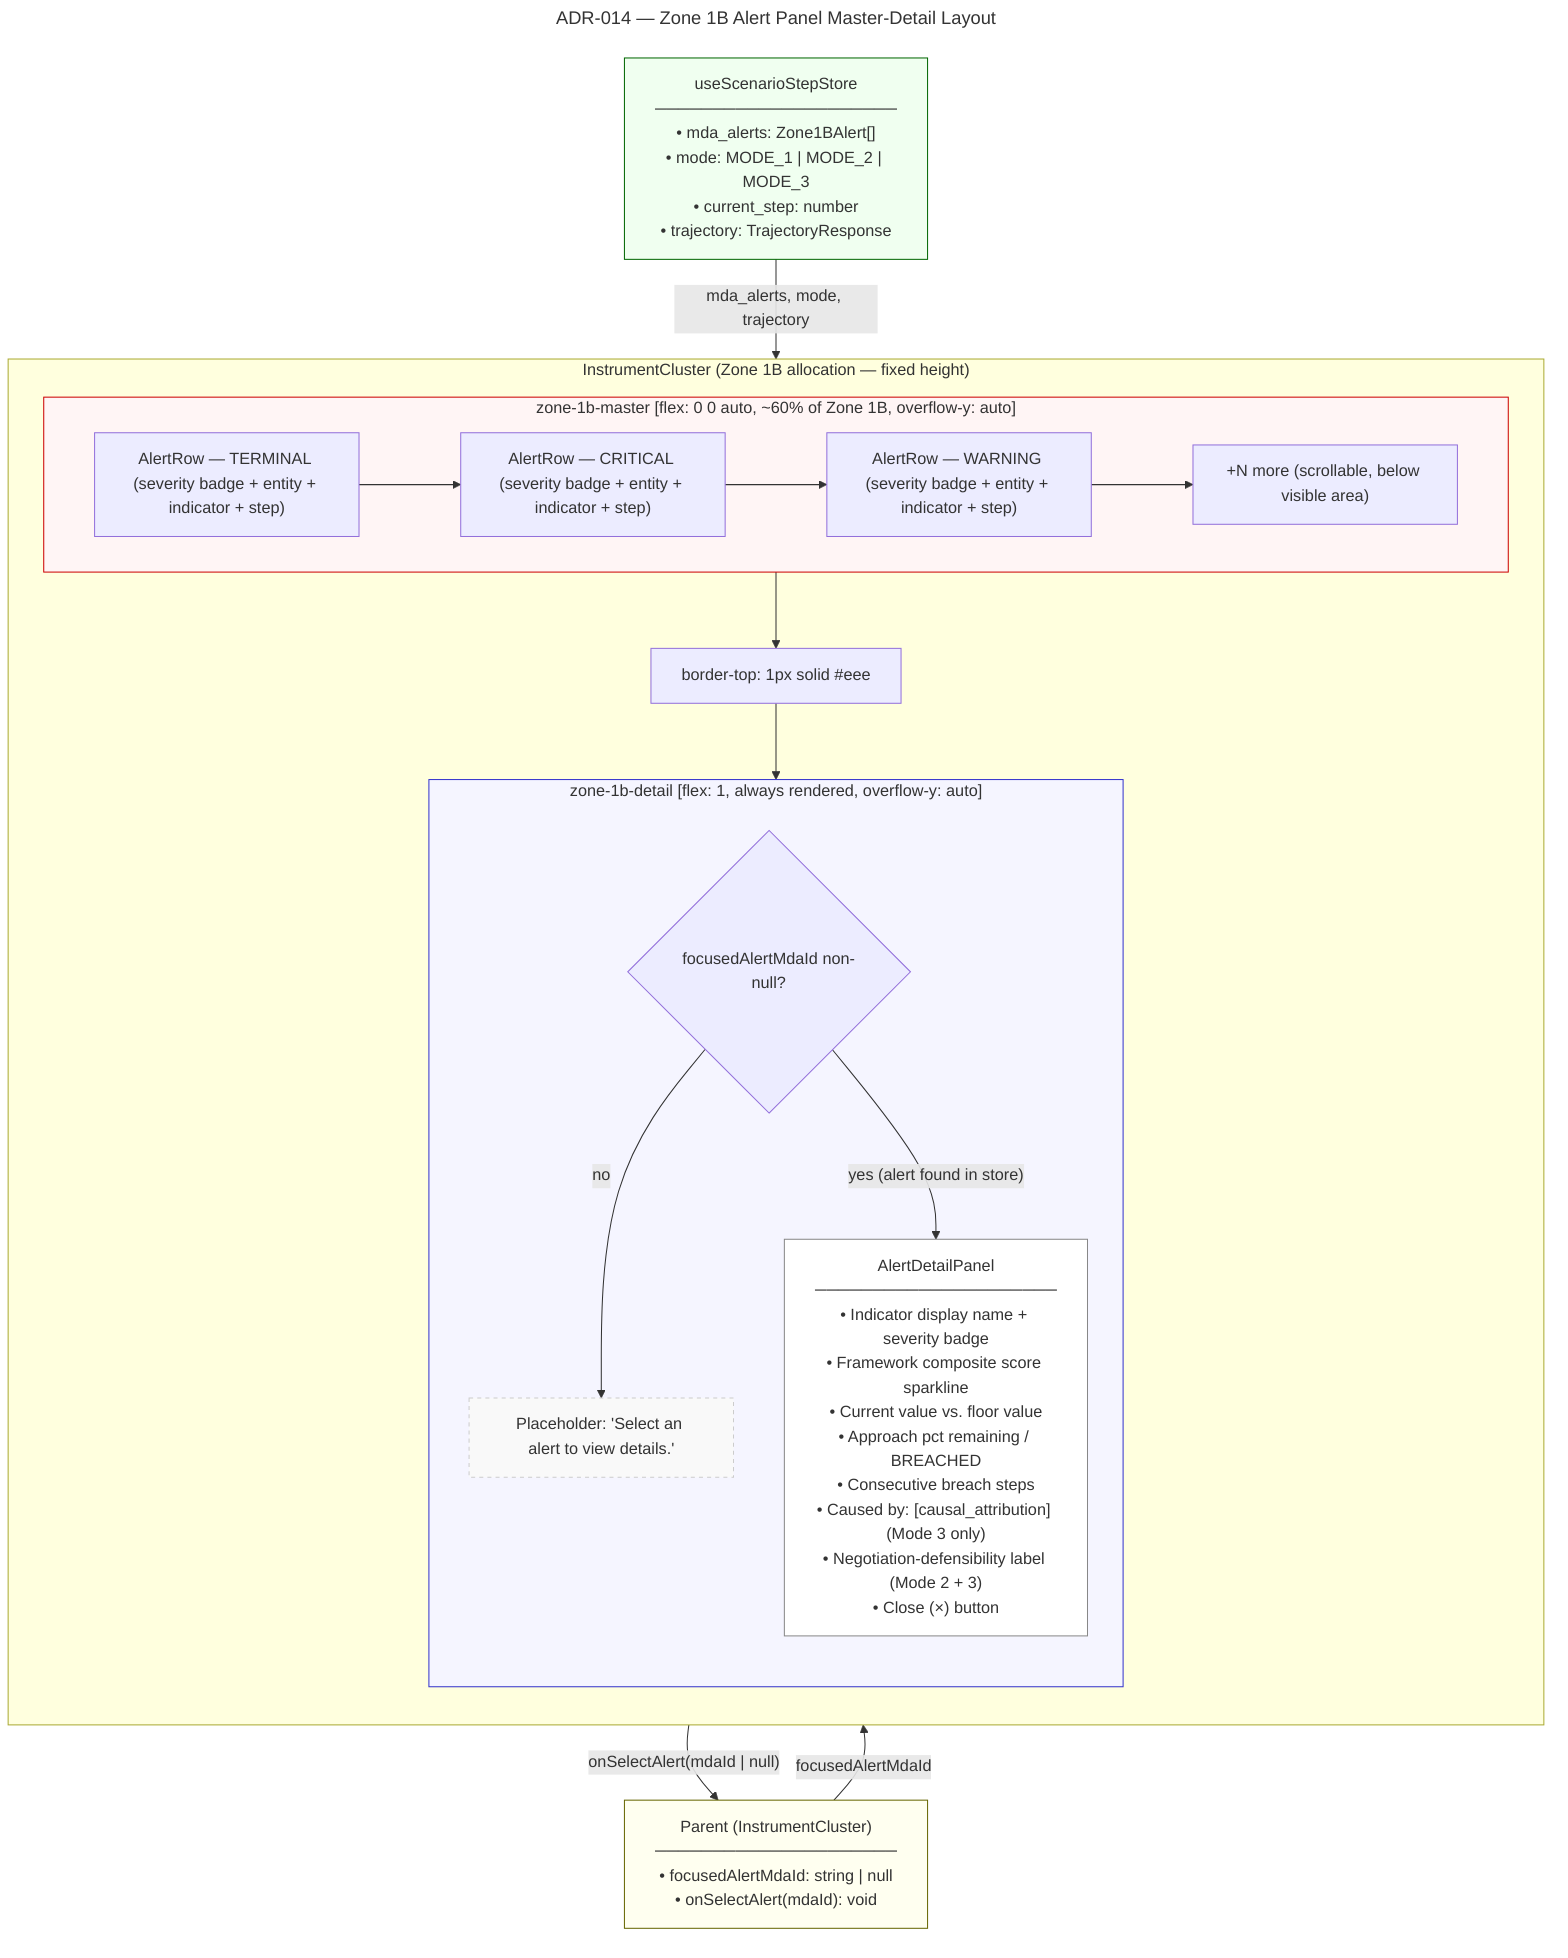
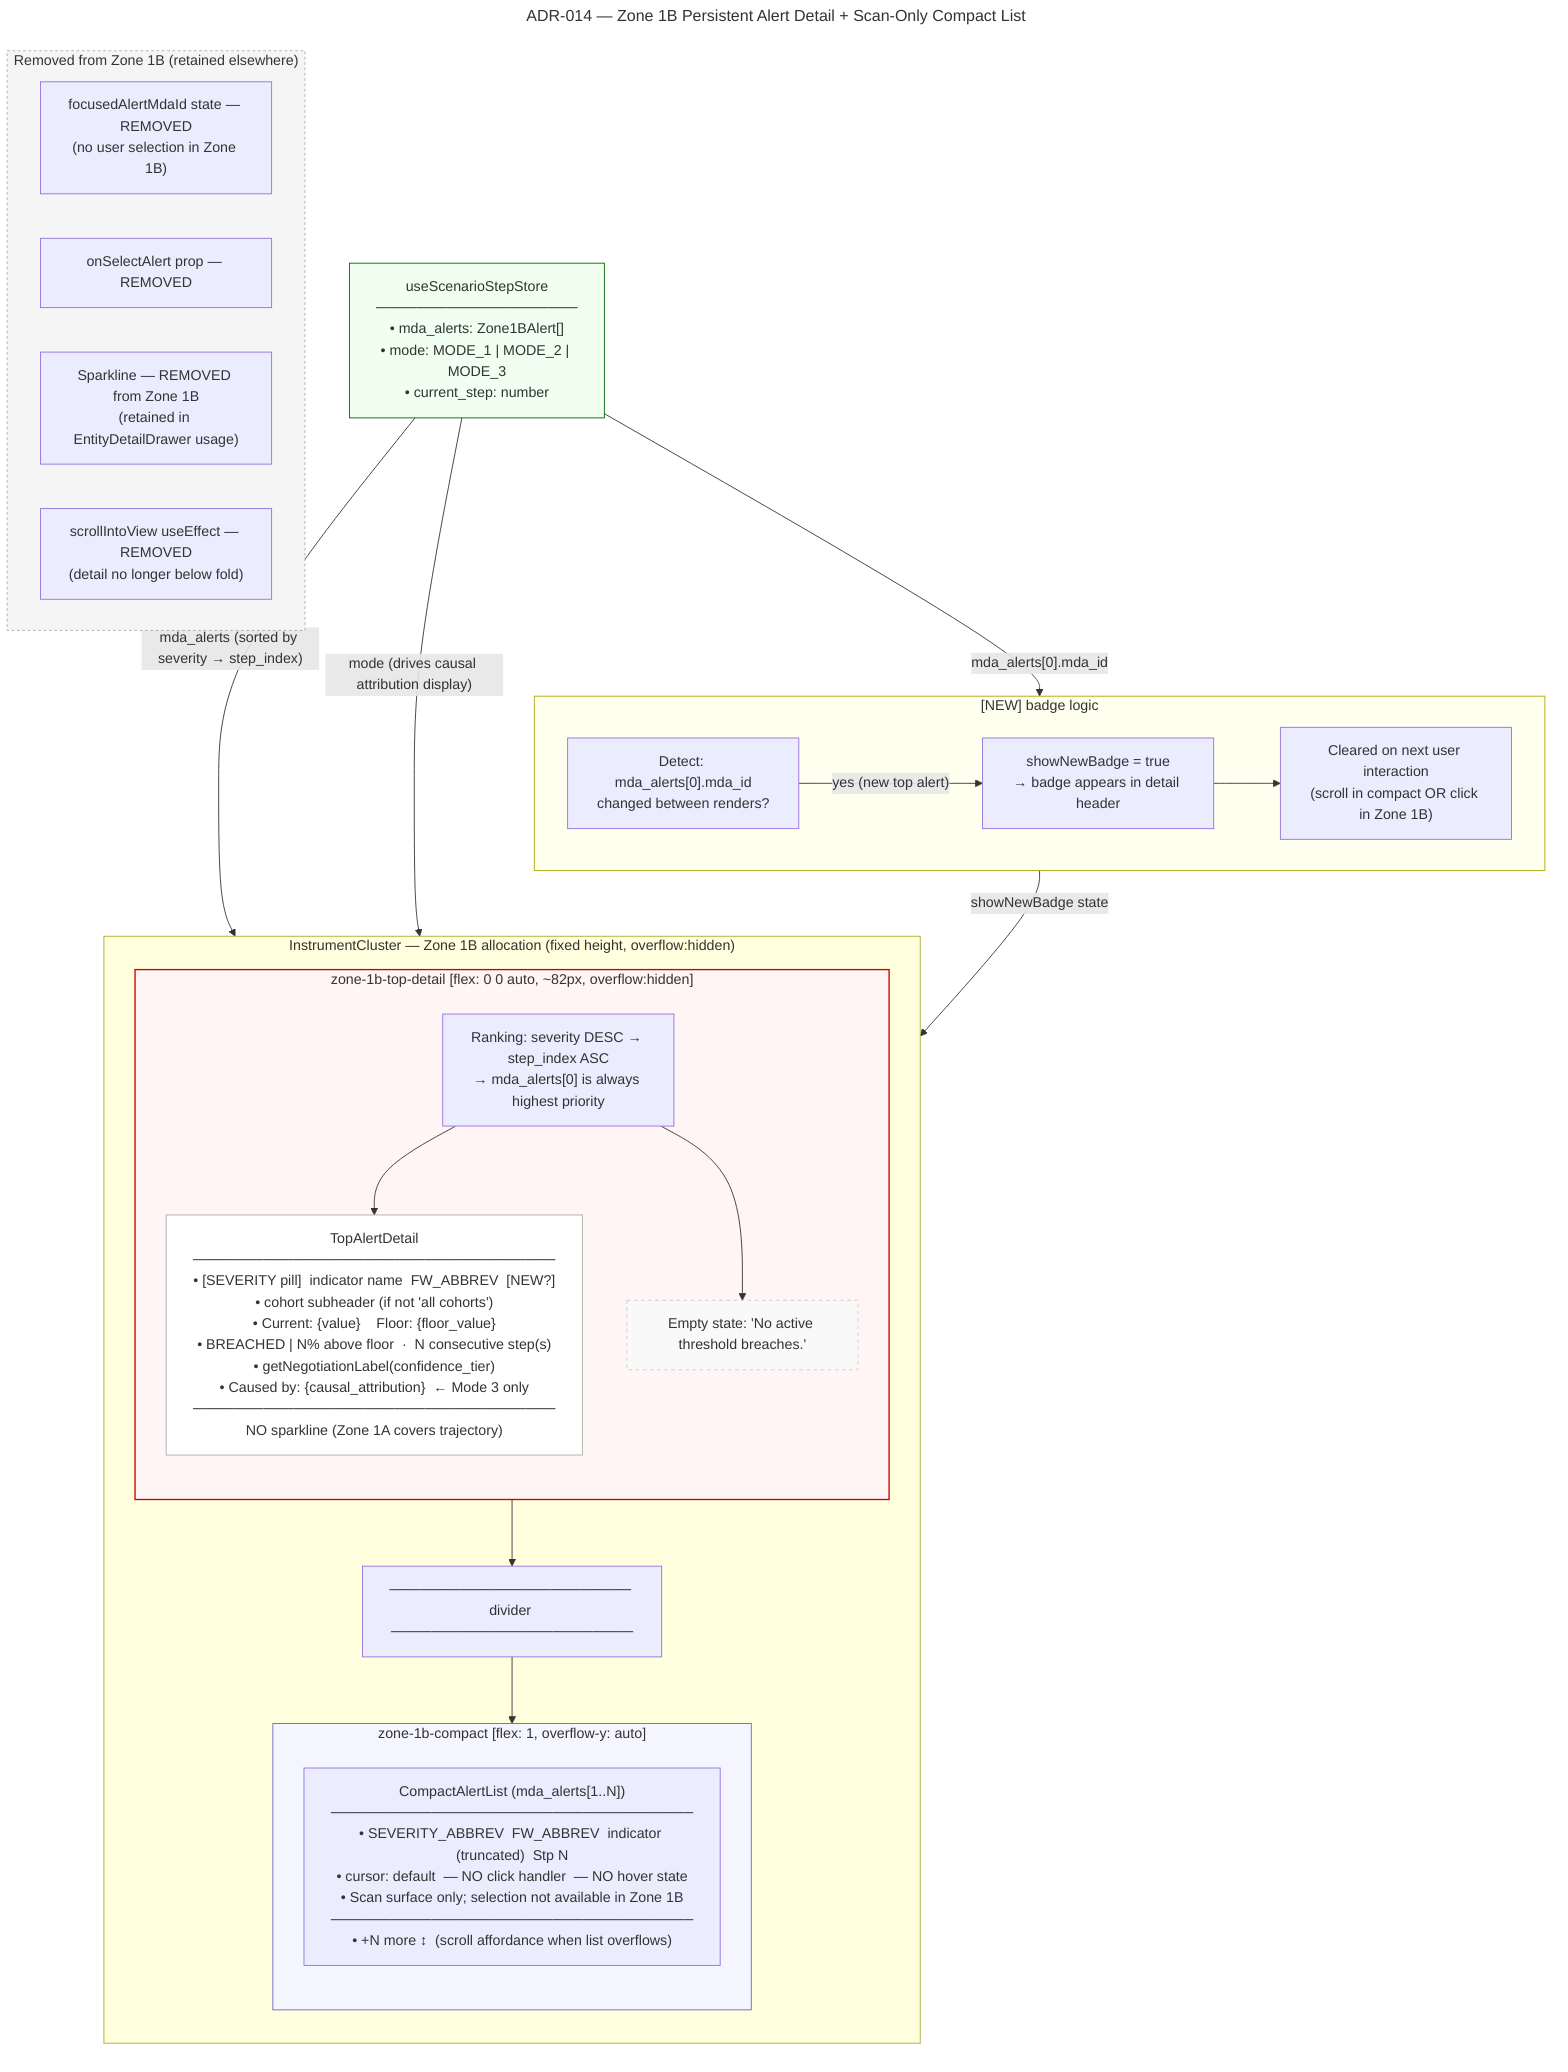
---
- title: ADR-014 — Zone 1B Alert Panel Master-Detail Layout
+ title: ADR-014 — Zone 1B Persistent Alert Detail + Scan-Only Compact List
---
graph TB
-     subgraph IC["InstrumentCluster (Zone 1B allocation — fixed height)"]
+     subgraph IC["InstrumentCluster — Zone 1B allocation (fixed height, overflow:hidden)"]
        direction TB

-         subgraph Master["zone-1b-master  [flex: 0 0 auto, ~60% of Zone 1B, overflow-y: auto]"]
-             R1["AlertRow — TERMINAL (severity badge + entity + indicator + step)"]
-             R2["AlertRow — CRITICAL (severity badge + entity + indicator + step)"]
-             R3["AlertRow — WARNING (severity badge + entity + indicator + step)"]
-             More["+N more (scrollable, below visible area)"]
-             R1 --> R2 --> R3 --> More
+         subgraph TopDetail["zone-1b-top-detail  [flex: 0 0 auto, ~82px, overflow:hidden]"]
+             direction TB
+             Rank["Ranking: severity DESC → step_index ASC\n→ mda_alerts[0] is always highest priority"]
+             Content["TopAlertDetail\n────────────────────────────────────\n• [SEVERITY pill]  indicator name  FW_ABBREV  [NEW?]\n• cohort subheader (if not 'all cohorts')\n• Current: {value}    Floor: {floor_value}\n• BREACHED | N% above floor  ·  N consecutive step(s)\n• getNegotiationLabel(confidence_tier)\n• Caused by: {causal_attribution}  ← Mode 3 only\n────────────────────────────────────\nNO sparkline (Zone 1A covers trajectory)"]
+             Empty["Empty state: 'No active threshold breaches.'"]
+             Rank --> Content
+             Rank --> Empty
        end

-         Divider["border-top: 1px solid #eee"]
+         Divider["──────────────────────── divider ────────────────────────"]

-         subgraph Detail["zone-1b-detail  [flex: 1, always rendered, overflow-y: auto]"]
+         subgraph Compact["zone-1b-compact  [flex: 1, overflow-y: auto]"]
            direction TB
-             Cond{focusedAlertMdaId non-null?}
-             Placeholder["Placeholder: 'Select an alert to view details.'"]
-             ADP["AlertDetailPanel\n─────────────────────\n• Indicator display name + severity badge\n• Framework composite score sparkline\n• Current value vs. floor value\n• Approach pct remaining / BREACHED\n• Consecutive breach steps\n• Caused by: [causal_attribution] (Mode 3 only)\n• Negotiation-defensibility label (Mode 2 + 3)\n• Close (×) button"]
-             Cond -- "no" --> Placeholder
-             Cond -- "yes (alert found in store)" --> ADP
+             CompactRows["CompactAlertList (mda_alerts[1..N])\n────────────────────────────────────\n• SEVERITY_ABBREV  FW_ABBREV  indicator (truncated)  Stp N\n• cursor: default  — NO click handler  — NO hover state\n• Scan surface only; selection not available in Zone 1B\n────────────────────────────────────\n• +N more ↕  (scroll affordance when list overflows)"]
        end

-         Master --> Divider --> Detail
+         TopDetail --> Divider --> Compact
    end

-     Store["useScenarioStepStore\n─────────────────────\n• mda_alerts: Zone1BAlert[]\n• mode: MODE_1 | MODE_2 | MODE_3\n• current_step: number\n• trajectory: TrajectoryResponse"]
+     subgraph NewBadge["[NEW] badge logic"]
+         direction LR
+         Detect["Detect: mda_alerts[0].mda_id\nchanged between renders?"]
+         Show["showNewBadge = true\n→ badge appears in detail header"]
+         Clear["Cleared on next user interaction\n(scroll in compact OR click in Zone 1B)"]
+         Detect -- "yes (new top alert)" --> Show
+         Show --> Clear
+     end

-     Parent["Parent (InstrumentCluster)\n─────────────────────\n• focusedAlertMdaId: string | null\n• onSelectAlert(mdaId): void"]
+     Store["useScenarioStepStore\n────────────────────\n• mda_alerts: Zone1BAlert[]\n• mode: MODE_1 | MODE_2 | MODE_3\n• current_step: number"]

-     Store -->|"mda_alerts, mode, trajectory"| IC
-     Parent -->|"focusedAlertMdaId"| IC
-     IC -->|"onSelectAlert(mdaId | null)"| Parent
+     Store -->|"mda_alerts (sorted by severity → step_index)"| IC
+     Store -->|"mode (drives causal attribution display)"| IC
+     Store -->|"mda_alerts[0].mda_id"| NewBadge
+     NewBadge -->|"showNewBadge state"| TopDetail

-     style Master fill:#fff5f5,stroke:#cc0000,stroke-width:1px
-     style Detail fill:#f5f5ff,stroke:#3333cc,stroke-width:1px
-     style ADP fill:#ffffff,stroke:#888888
-     style Placeholder fill:#f9f9f9,stroke:#cccccc,stroke-dasharray:4
+     subgraph Removed["Removed from Zone 1B (retained elsewhere)"]
+         direction LR
+         FocusedState["focusedAlertMdaId state — REMOVED\n(no user selection in Zone 1B)"]
+         OnSelectAlert["onSelectAlert prop — REMOVED"]
+         Sparkline["Sparkline — REMOVED from Zone 1B\n(retained in EntityDetailDrawer usage)"]
+         ScrollEffect["scrollIntoView useEffect — REMOVED\n(detail no longer below fold)"]
+     end
+ 
+     style TopDetail fill:#fff5f5,stroke:#cc0000,stroke-width:1.5px
+     style Compact fill:#f5f5ff,stroke:#6666cc,stroke-width:1px
+     style Content fill:#ffffff,stroke:#aaaaaa
+     style Empty fill:#f9f9f9,stroke:#cccccc,stroke-dasharray:4
+     style NewBadge fill:#fffff0,stroke:#aaaa00
    style Store fill:#f0fff0,stroke:#006600
-     style Parent fill:#fffff0,stroke:#666600
+     style Removed fill:#f5f5f5,stroke:#aaaaaa,stroke-dasharray:3
